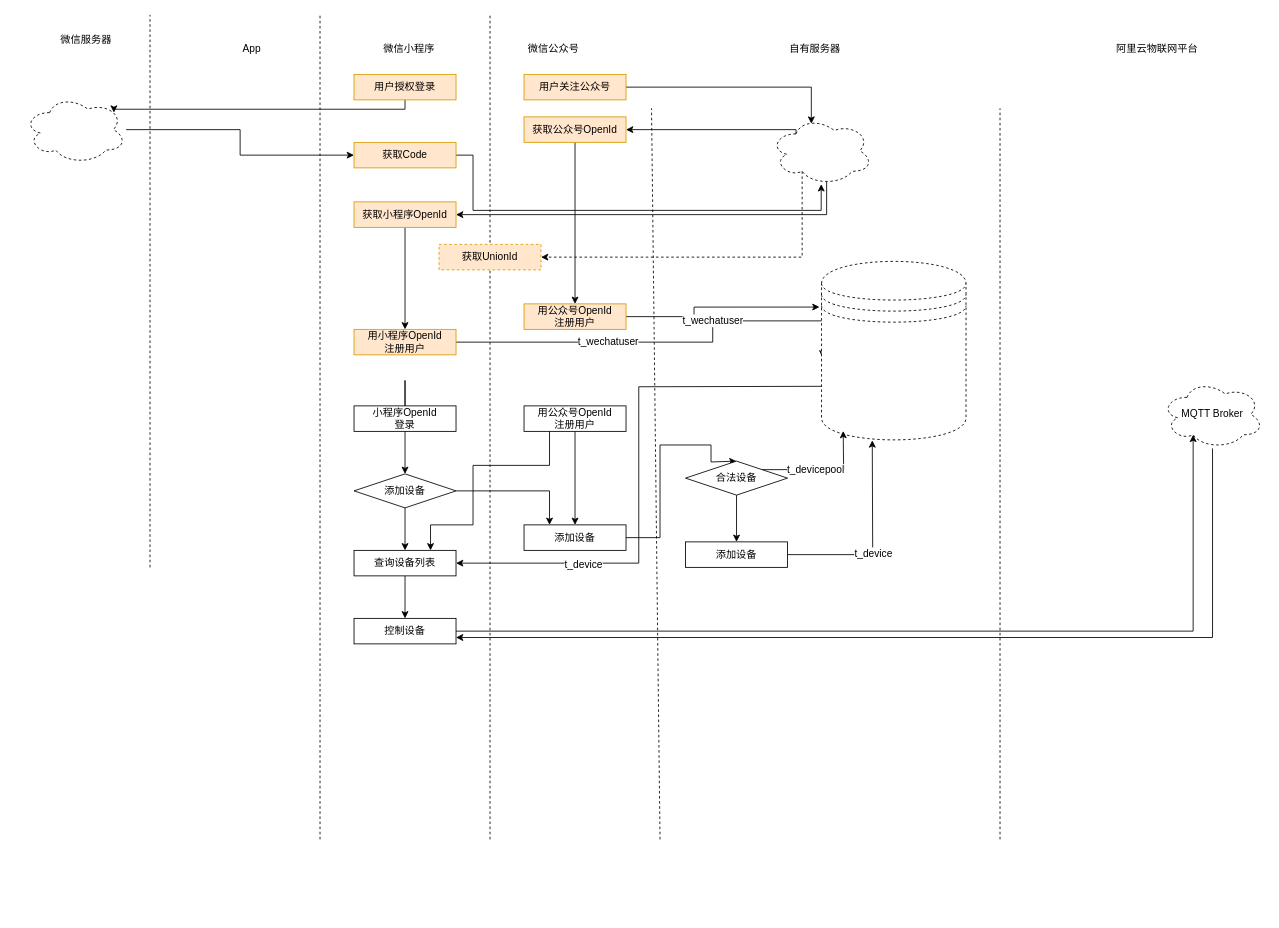
The draw.io diagram page "Page-1" (1 of 2) of SystemDiagram.drawio in federliang/test, before the edit. Source tidied: cells renumbered, new cells numbered last; positions are measured from the earlier drawing's top-left corner, leaving out a move shared by most shapes. Both pictures are drawn from the tidied source at 85%, with x=0, y=0 at pixel (24, 14).
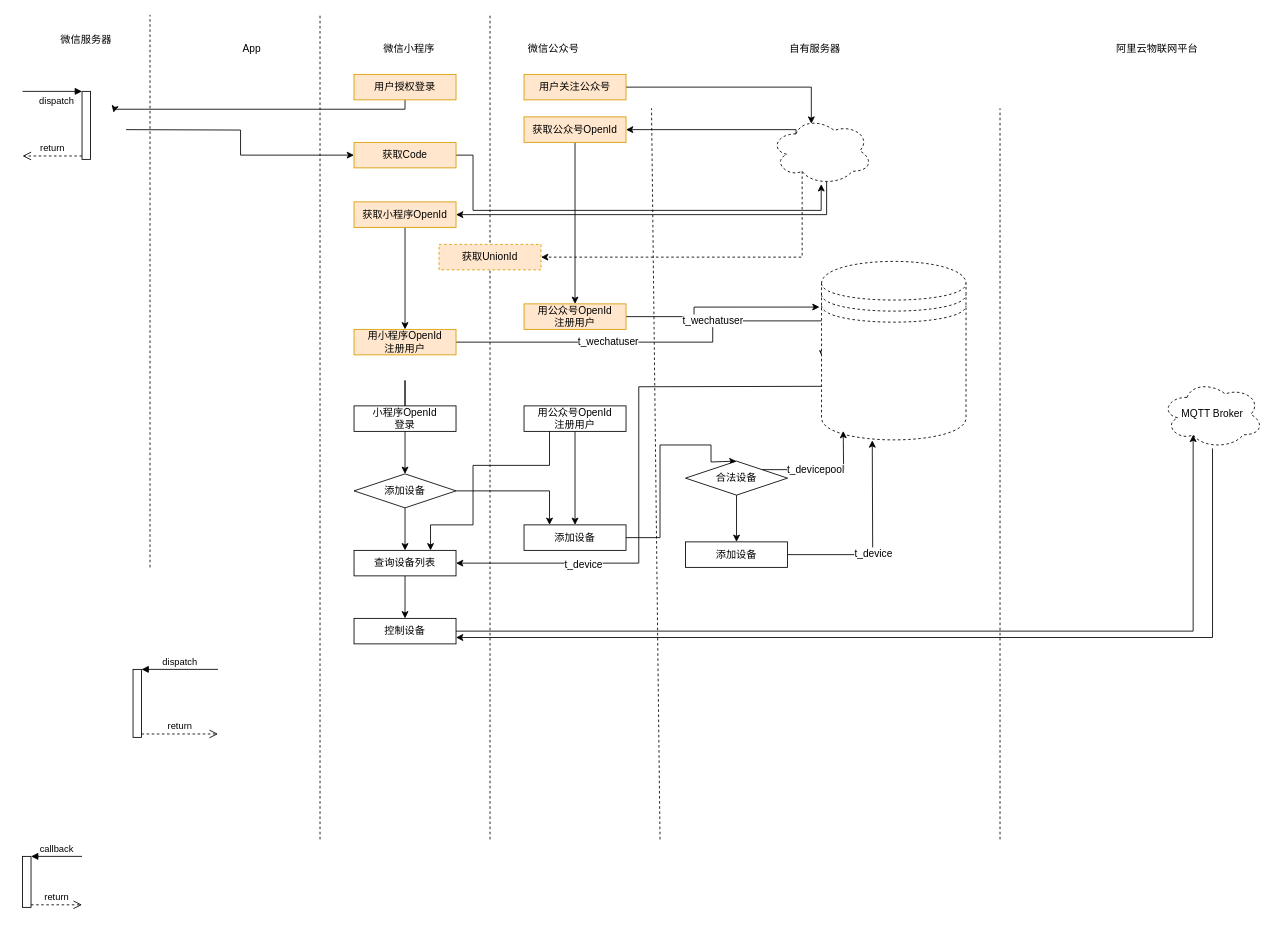
After the change.

Unchanged cells that the change refers to:
```xml
<mxCell id="25" value="微信服务器" style="text;html=1;strokeColor=none;fillColor=none;align=center;verticalAlign=middle;whiteSpace=wrap;rounded=0;" parent="1" vertex="1">
  <mxGeometry x="28" y="20" width="90" height="20" as="geometry" />
</mxCell>
<mxCell id="28" value="用户授权登录" style="rounded=0;whiteSpace=wrap;html=1;fillColor=#ffe6cc;strokeColor=#d79b00;" parent="1" vertex="1">
  <mxGeometry x="388" y="70" width="120" height="30" as="geometry" />
</mxCell>
<mxCell id="61" value="获取Code" style="rounded=0;whiteSpace=wrap;html=1;fillColor=#ffe6cc;strokeColor=#d79b00;" parent="1" vertex="1">
  <mxGeometry x="388" y="150" width="120" height="30" as="geometry" />
</mxCell>
```

The edit, as a diff of the source:
```diff
@@
-    <mxCell id="27" style="edgeStyle=orthogonalEdgeStyle;rounded=0;jettySize=auto;html=1;entryX=0.88;entryY=0.25;entryDx=0;entryDy=0;entryPerimeter=0;" parent="1" edge="1" source="28" target="59">
+    <mxCell id="27" style="edgeStyle=orthogonalEdgeStyle;rounded=0;jettySize=auto;html=1;entryX=0.88;entryY=0.25;entryDx=0;entryDy=0;entryPerimeter=0;" parent="1" edge="1" source="28">
       <mxGeometry relative="1" as="geometry">
+        <mxPoint x="105" y="115" as="targetPoint" />
         <Array as="points">
           <mxPoint x="448" y="111" />
           <mxPoint x="106" y="111" />
         </Array>
       </mxGeometry>
     </mxCell>
@@
-    <mxCell id="58" style="edgeStyle=orthogonalEdgeStyle;rounded=0;jettySize=auto;html=1;entryX=0;entryY=0.5;entryDx=0;entryDy=0;" parent="1" edge="1" source="59" target="61">
-      <mxGeometry relative="1" as="geometry" />
+    <mxCell id="58" style="edgeStyle=orthogonalEdgeStyle;rounded=0;jettySize=auto;html=1;entryX=0;entryY=0.5;entryDx=0;entryDy=0;" parent="1" edge="1" target="61">
+      <mxGeometry relative="1" as="geometry">
+        <mxPoint x="119.9" y="135" as="sourcePoint" />
+      </mxGeometry>
     </mxCell>
-    <mxCell id="59" style="ellipse;shape=cloud;whiteSpace=wrap;html=1;dashed=1;" parent="1" vertex="1">
-      <mxGeometry x="-0.1" y="95" width="120" height="80" as="geometry" />
-    </mxCell>
@@
+    <mxCell id="62" style="html=1;points=[];perimeter=orthogonalPerimeter;" parent="1" vertex="1">
+      <mxGeometry x="-2" y="990" width="10" height="60" as="geometry" />
+    </mxCell>
+    <mxCell id="63" value="callback" style="html=1;verticalAlign=bottom;endArrow=block;entryX=1;entryY=0;" parent="1" edge="1" target="62">
+      <mxGeometry relative="1" as="geometry">
+        <mxPoint x="68" y="990" as="sourcePoint" />
+      </mxGeometry>
+    </mxCell>
+    <mxCell id="64" value="return" style="html=1;verticalAlign=bottom;endArrow=open;dashed=1;endSize=8;exitX=1;exitY=0.95;" parent="1" edge="1" source="62">
+      <mxGeometry relative="1" as="geometry">
+        <mxPoint x="68" y="1047" as="targetPoint" />
+      </mxGeometry>
+    </mxCell>
+    <mxCell id="65" style="html=1;points=[];perimeter=orthogonalPerimeter;" parent="1" vertex="1">
+      <mxGeometry x="68" y="90" width="10" height="80" as="geometry" />
+    </mxCell>
+    <mxCell id="66" value="dispatch" style="html=1;verticalAlign=bottom;endArrow=block;entryX=0;entryY=0;shadow=0;" parent="1" edge="1" target="65">
+      <mxGeometry x="0.14" y="-20" relative="1" as="geometry">
+        <mxPoint x="-2" y="90" as="sourcePoint" />
+      </mxGeometry>
+    </mxCell>
+    <mxCell id="67" value="return" style="html=1;verticalAlign=bottom;endArrow=open;dashed=1;endSize=8;exitX=0;exitY=0.95;" parent="1" edge="1" source="65">
+      <mxGeometry relative="1" as="geometry">
+        <mxPoint x="-2" y="166" as="targetPoint" />
+      </mxGeometry>
+    </mxCell>
+    <mxCell id="68" style="html=1;perimeter=orthogonalPerimeter;comic=0;" parent="1" vertex="1">
+      <mxGeometry x="128" y="770" width="10" height="80" as="geometry" />
+    </mxCell>
+    <mxCell id="69" value="dispatch" style="html=1;verticalAlign=bottom;endArrow=block;shadow=0;comic=0;" parent="1" edge="1">
+      <mxGeometry relative="1" as="geometry">
+        <mxPoint x="228" y="770" as="sourcePoint" />
+        <mxPoint x="138" y="770" as="targetPoint" />
+      </mxGeometry>
+    </mxCell>
+    <mxCell id="70" value="return" style="html=1;verticalAlign=bottom;endArrow=open;dashed=1;endSize=8;shadow=0;comic=0;" parent="1" edge="1">
+      <mxGeometry relative="1" as="geometry">
+        <mxPoint x="138" y="846" as="sourcePoint" />
+        <mxPoint x="228" y="846" as="targetPoint" />
+      </mxGeometry>
+    </mxCell>
+    <mxCell id="71" style="edgeStyle=orthogonalEdgeStyle;rounded=0;comic=0;orthogonalLoop=1;jettySize=auto;html=1;exitX=0.5;exitY=1;exitDx=0;exitDy=0;shadow=0;" parent="1" edge="1" source="25" target="25">
+      <mxGeometry relative="1" as="geometry" />
+    </mxCell>
```
